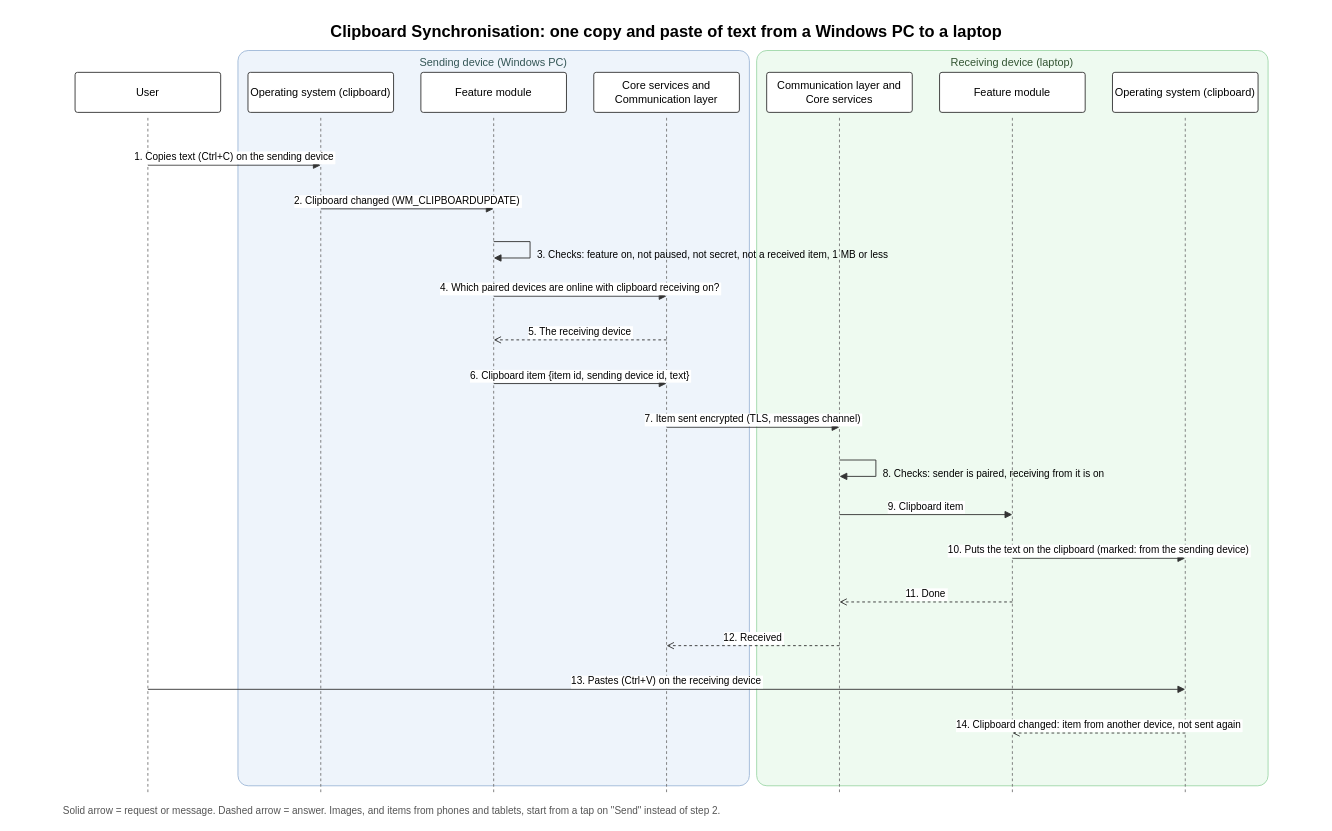
Before: diagrams/C8-clipboard-sequence.drawio in mshraky3/graduation-project-phase-one, a draw.io diagram. Source tidied: cells renumbered, new cells numbered last; positions are measured from the earlier drawing's top-left corner, leaving out a move shared by most shapes. Both pictures are drawn from the tidied source at 91%, with x=0, y=0 at pixel (15, 15).
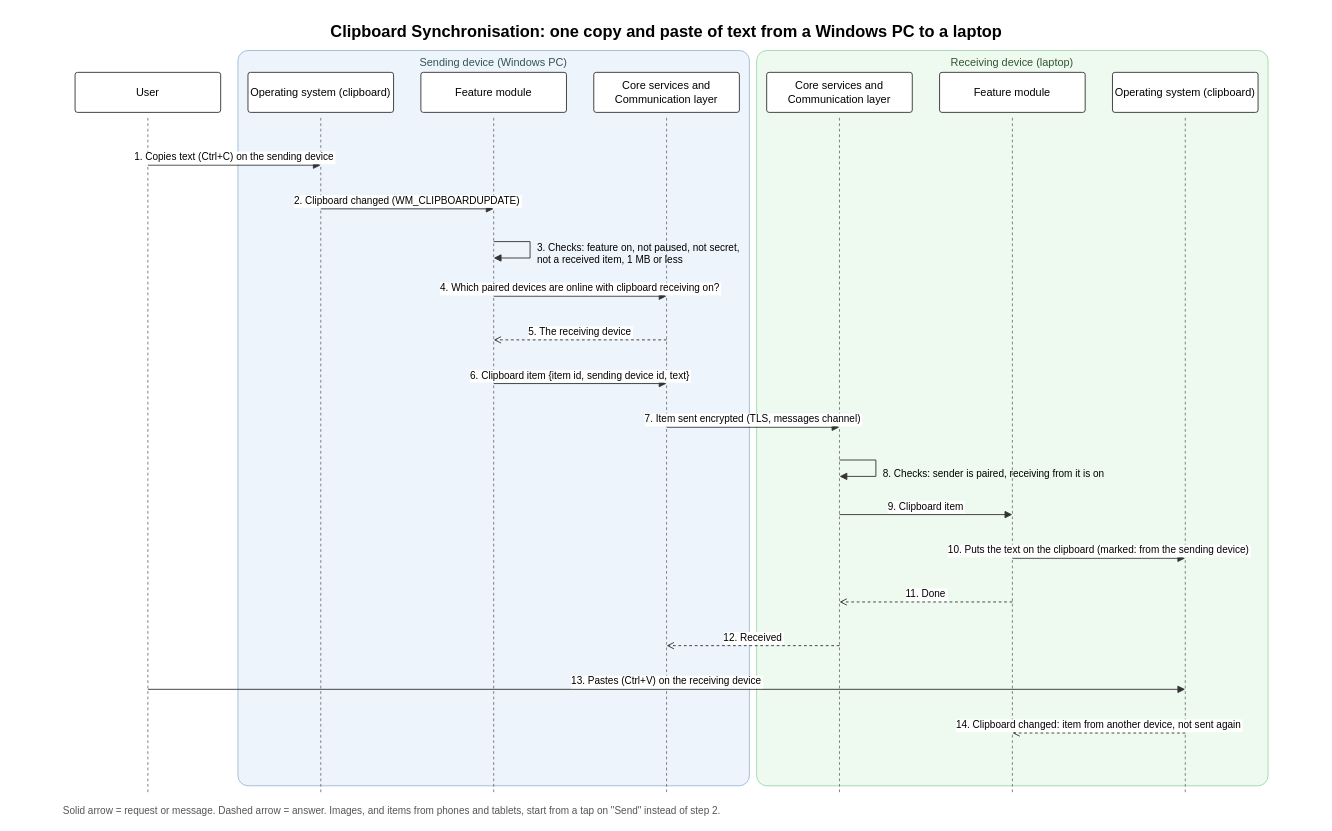
The same page after the edit.

What changed in the source:
```diff
@@
-    <mxCell id="13" value="Communication layer and&#10;Core services" style="rounded=1;arcSize=6;whiteSpace=wrap;html=0;fillColor=#ffffff;strokeColor=#333333;fontSize=12;" parent="1" vertex="1">
+    <mxCell id="13" value="Core services and&#10;Communication layer" style="rounded=1;arcSize=6;whiteSpace=wrap;html=0;fillColor=#ffffff;strokeColor=#333333;fontSize=12;" parent="1" vertex="1">
       <mxGeometry x="825" y="62" width="160" height="44" as="geometry" />
     </mxCell>
@@
-    <mxCell id="22" value="3. Checks: feature on, not paused, not secret, not a received item, 1 MB or less" style="text;align=left;fontSize=11;" parent="1" vertex="1">
-      <mxGeometry x="571" y="250" width="420" height="16" as="geometry" />
+    <mxCell id="22" value="3. Checks: feature on, not paused, not secret,&#10;not a received item, 1 MB or less" style="text;align=left;fontSize=11;whiteSpace=wrap;" parent="1" vertex="1">
+      <mxGeometry x="571" y="242" width="230" height="32" as="geometry" />
     </mxCell>
```
